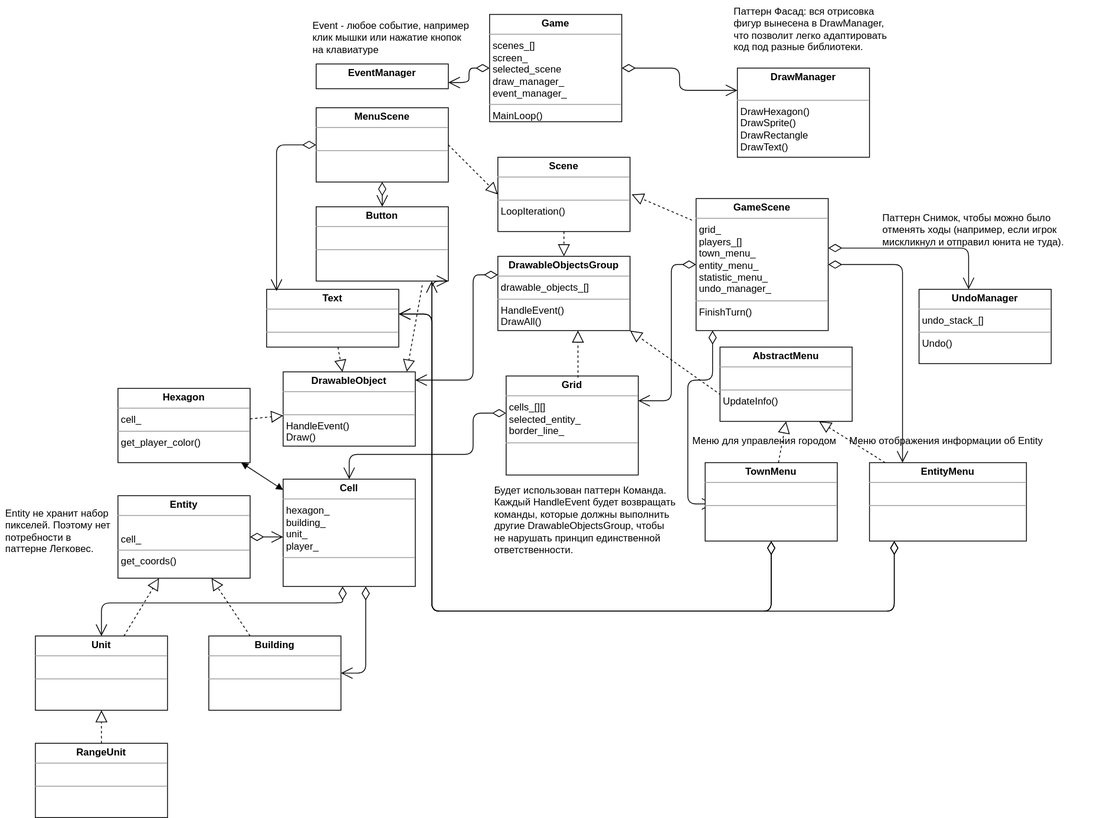
Above: architecture.svg in falseness/diplomacy_cpp (draw.io), before the change. Source tidied: cells renumbered, new cells last; positions are measured from the earlier drawing's top-left corner, leaving out a move shared by most shapes.
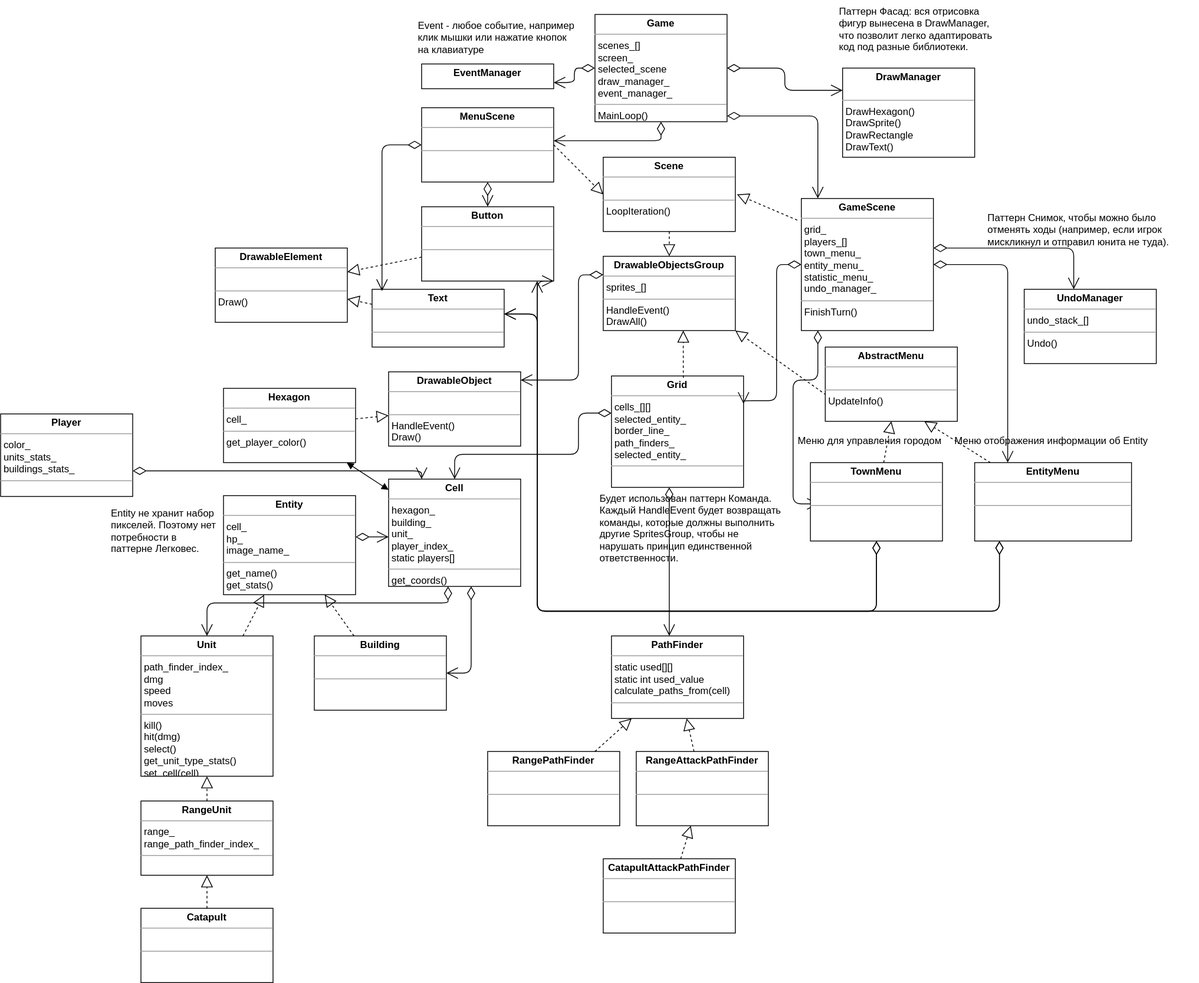
Above is the later version.

Diff of the diagram source:
```diff
@@ -44,6 +44,6 @@
     </mxCell>
-    <mxCell id="14" value="&lt;p style=&quot;margin: 0px ; margin-top: 4px ; text-align: center&quot;&gt;&lt;b&gt;Grid&lt;/b&gt;&lt;/p&gt;&lt;hr size=&quot;1&quot;&gt;&lt;p style=&quot;margin: 0px ; margin-left: 4px&quot;&gt;cells_[][]&lt;/p&gt;&lt;p style=&quot;margin: 0px ; margin-left: 4px&quot;&gt;selected_entity_&lt;/p&gt;&lt;p style=&quot;margin: 0px ; margin-left: 4px&quot;&gt;border_line_&lt;/p&gt;&lt;hr size=&quot;1&quot;&gt;&lt;p style=&quot;margin: 0px ; margin-left: 4px&quot;&gt;&lt;br&gt;&lt;/p&gt;" style="verticalAlign=top;align=left;overflow=fill;fontSize=12;fontFamily=Helvetica;html=1;" parent="1" vertex="1">
-      <mxGeometry x="612" y="455" width="160" height="120" as="geometry" />
+    <mxCell id="14" value="&lt;p style=&quot;margin: 0px ; margin-top: 4px ; text-align: center&quot;&gt;&lt;b&gt;Grid&lt;/b&gt;&lt;/p&gt;&lt;hr size=&quot;1&quot;&gt;&lt;p style=&quot;margin: 0px ; margin-left: 4px&quot;&gt;cells_[][]&lt;/p&gt;&lt;p style=&quot;margin: 0px ; margin-left: 4px&quot;&gt;selected_entity_&lt;/p&gt;&lt;p style=&quot;margin: 0px ; margin-left: 4px&quot;&gt;border_line_&lt;/p&gt;&lt;p style=&quot;margin: 0px ; margin-left: 4px&quot;&gt;path_finders_&lt;/p&gt;&lt;p style=&quot;margin: 0px ; margin-left: 4px&quot;&gt;selected_entity_&lt;/p&gt;&lt;hr size=&quot;1&quot;&gt;&lt;p style=&quot;margin: 0px ; margin-left: 4px&quot;&gt;&lt;br&gt;&lt;/p&gt;" style="verticalAlign=top;align=left;overflow=fill;fontSize=12;fontFamily=Helvetica;html=1;" parent="1" vertex="1">
+      <mxGeometry x="612" y="455" width="160" height="135" as="geometry" />
     </mxCell>
-    <mxCell id="15" value="&lt;p style=&quot;margin: 0px ; margin-top: 4px ; text-align: center&quot;&gt;&lt;b&gt;SpritesGroup&lt;/b&gt;&lt;/p&gt;&lt;hr size=&quot;1&quot;&gt;&lt;p style=&quot;margin: 0px ; margin-left: 4px&quot;&gt;sprites_[]&lt;/p&gt;&lt;hr size=&quot;1&quot;&gt;&lt;p style=&quot;margin: 0px ; margin-left: 4px&quot;&gt;&lt;span&gt;HandleEvent()&lt;/span&gt;&lt;br&gt;&lt;/p&gt;&lt;p style=&quot;margin: 0px ; margin-left: 4px&quot;&gt;&lt;span&gt;DrawAll()&lt;/span&gt;&lt;/p&gt;" style="verticalAlign=top;align=left;overflow=fill;fontSize=12;fontFamily=Helvetica;html=1;" parent="1" vertex="1">
+    <mxCell id="15" value="&lt;p style=&quot;margin: 0px ; margin-top: 4px ; text-align: center&quot;&gt;&lt;b&gt;DrawableObjectsGroup&lt;/b&gt;&lt;/p&gt;&lt;hr size=&quot;1&quot;&gt;&lt;p style=&quot;margin: 0px ; margin-left: 4px&quot;&gt;sprites_[]&lt;/p&gt;&lt;hr size=&quot;1&quot;&gt;&lt;p style=&quot;margin: 0px ; margin-left: 4px&quot;&gt;&lt;span&gt;HandleEvent()&lt;/span&gt;&lt;br&gt;&lt;/p&gt;&lt;p style=&quot;margin: 0px ; margin-left: 4px&quot;&gt;&lt;span&gt;DrawAll()&lt;/span&gt;&lt;/p&gt;" style="verticalAlign=top;align=left;overflow=fill;fontSize=12;fontFamily=Helvetica;html=1;" parent="1" vertex="1">
       <mxGeometry x="602" y="310" width="160" height="90" as="geometry" />
@@ -56,3 +56,3 @@
     </mxCell>
-    <mxCell id="18" value="&lt;p style=&quot;margin: 0px ; margin-top: 4px ; text-align: center&quot;&gt;&lt;b&gt;Sprite&lt;/b&gt;&lt;/p&gt;&lt;hr size=&quot;1&quot;&gt;&lt;p style=&quot;margin: 0px ; margin-left: 4px&quot;&gt;&lt;br&gt;&lt;/p&gt;&lt;hr size=&quot;1&quot;&gt;&lt;p style=&quot;margin: 0px ; margin-left: 4px&quot;&gt;HandleEvent()&lt;/p&gt;&lt;p style=&quot;margin: 0px ; margin-left: 4px&quot;&gt;Draw()&lt;/p&gt;" style="verticalAlign=top;align=left;overflow=fill;fontSize=12;fontFamily=Helvetica;html=1;" parent="1" vertex="1">
+    <mxCell id="18" value="&lt;p style=&quot;margin: 0px ; margin-top: 4px ; text-align: center&quot;&gt;&lt;b&gt;DrawableObject&lt;/b&gt;&lt;/p&gt;&lt;hr size=&quot;1&quot;&gt;&lt;p style=&quot;margin: 0px ; margin-left: 4px&quot;&gt;&lt;br&gt;&lt;/p&gt;&lt;hr size=&quot;1&quot;&gt;&lt;p style=&quot;margin: 0px ; margin-left: 4px&quot;&gt;HandleEvent()&lt;/p&gt;&lt;p style=&quot;margin: 0px ; margin-left: 4px&quot;&gt;Draw()&lt;/p&gt;" style="verticalAlign=top;align=left;overflow=fill;fontSize=12;fontFamily=Helvetica;html=1;" parent="1" vertex="1">
       <mxGeometry x="342" y="450" width="160" height="90" as="geometry" />
@@ -125,3 +125,3 @@
     <mxCell id="32" value="Будет использован паттерн Команда. Каждый HandleEvent будет возвращать команды, которые должны выполнить другие SpritesGroup, чтобы не нарушать принцип единственной ответственности." style="text;strokeColor=none;fillColor=none;align=left;verticalAlign=top;spacingLeft=4;spacingRight=4;overflow=hidden;whiteSpace=wrap;" parent="1" vertex="1">
-      <mxGeometry x="592" y="580" width="232" height="100" as="geometry" />
+      <mxGeometry x="592" y="590" width="232" height="100" as="geometry" />
     </mxCell>
@@ -196,7 +196,7 @@
     </mxCell>
-    <mxCell id="44" value="&lt;p style=&quot;margin: 0px ; margin-top: 4px ; text-align: center&quot;&gt;&lt;b&gt;Cell&lt;/b&gt;&lt;/p&gt;&lt;hr size=&quot;1&quot;&gt;&lt;p style=&quot;margin: 0px ; margin-left: 4px&quot;&gt;hexagon_&lt;/p&gt;&lt;p style=&quot;margin: 0px ; margin-left: 4px&quot;&gt;building_&lt;/p&gt;&lt;p style=&quot;margin: 0px ; margin-left: 4px&quot;&gt;unit_&lt;/p&gt;&lt;p style=&quot;margin: 0px ; margin-left: 4px&quot;&gt;player_&lt;/p&gt;&lt;hr size=&quot;1&quot;&gt;&lt;p style=&quot;margin: 0px ; margin-left: 4px&quot;&gt;&lt;br&gt;&lt;/p&gt;" style="verticalAlign=top;align=left;overflow=fill;fontSize=12;fontFamily=Helvetica;html=1;" parent="1" vertex="1">
+    <mxCell id="44" value="&lt;p style=&quot;margin: 0px ; margin-top: 4px ; text-align: center&quot;&gt;&lt;b&gt;Cell&lt;/b&gt;&lt;/p&gt;&lt;hr size=&quot;1&quot;&gt;&lt;p style=&quot;margin: 0px ; margin-left: 4px&quot;&gt;hexagon_&lt;/p&gt;&lt;p style=&quot;margin: 0px ; margin-left: 4px&quot;&gt;building_&lt;/p&gt;&lt;p style=&quot;margin: 0px ; margin-left: 4px&quot;&gt;unit_&lt;/p&gt;&lt;p style=&quot;margin: 0px ; margin-left: 4px&quot;&gt;player_index_&lt;/p&gt;&lt;p style=&quot;margin: 0px ; margin-left: 4px&quot;&gt;static players[]&lt;/p&gt;&lt;hr size=&quot;1&quot;&gt;&lt;p style=&quot;margin: 0px ; margin-left: 4px&quot;&gt;get_coords()&lt;br&gt;&lt;/p&gt;" style="verticalAlign=top;align=left;overflow=fill;fontSize=12;fontFamily=Helvetica;html=1;" parent="1" vertex="1">
       <mxGeometry x="342" y="580" width="160" height="130" as="geometry" />
     </mxCell>
-    <mxCell id="45" value="&lt;p style=&quot;margin: 0px ; margin-top: 4px ; text-align: center&quot;&gt;&lt;b&gt;Entity&lt;/b&gt;&lt;/p&gt;&lt;hr size=&quot;1&quot;&gt;&lt;p style=&quot;margin: 0px ; margin-left: 4px&quot;&gt;&lt;br&gt;&lt;/p&gt;&lt;p style=&quot;margin: 0px ; margin-left: 4px&quot;&gt;cell_&lt;/p&gt;&lt;hr size=&quot;1&quot;&gt;&lt;p style=&quot;margin: 0px ; margin-left: 4px&quot;&gt;get_coords()&lt;/p&gt;" style="verticalAlign=top;align=left;overflow=fill;fontSize=12;fontFamily=Helvetica;html=1;" parent="1" vertex="1">
-      <mxGeometry x="142" y="600" width="160" height="100" as="geometry" />
+    <mxCell id="45" value="&lt;p style=&quot;margin: 0px ; margin-top: 4px ; text-align: center&quot;&gt;&lt;b&gt;Entity&lt;/b&gt;&lt;/p&gt;&lt;hr size=&quot;1&quot;&gt;&lt;p style=&quot;margin: 0px ; margin-left: 4px&quot;&gt;&lt;span&gt;cell_&lt;/span&gt;&lt;br&gt;&lt;/p&gt;&lt;p style=&quot;margin: 0px ; margin-left: 4px&quot;&gt;hp_&lt;/p&gt;&lt;p style=&quot;margin: 0px ; margin-left: 4px&quot;&gt;image_name_&lt;/p&gt;&lt;hr size=&quot;1&quot;&gt;&lt;p style=&quot;margin: 0px ; margin-left: 4px&quot;&gt;get_name()&lt;/p&gt;&lt;p style=&quot;margin: 0px ; margin-left: 4px&quot;&gt;get_stats()&lt;/p&gt;" style="verticalAlign=top;align=left;overflow=fill;fontSize=12;fontFamily=Helvetica;html=1;" parent="1" vertex="1">
+      <mxGeometry x="142" y="600" width="160" height="120" as="geometry" />
     </mxCell>
@@ -213,8 +213,2 @@
     </mxCell>
-    <mxCell id="48" style="endArrow=block;dashed=1;endFill=0;endSize=12;html=1;" parent="1" edge="1" source="35" target="18">
-      <mxGeometry relative="1" as="geometry" />
-    </mxCell>
-    <mxCell id="49" style="endArrow=block;dashed=1;endFill=0;endSize=12;html=1;exitX=0.803;exitY=1.056;exitDx=0;exitDy=0;exitPerimeter=0;entryX=0.936;entryY=-0.003;entryDx=0;entryDy=0;entryPerimeter=0;" parent="1" edge="1" source="33" target="18">
-      <mxGeometry relative="1" as="geometry" />
-    </mxCell>
     <mxCell id="50" style="endArrow=block;dashed=1;endFill=0;endSize=12;html=1;" parent="1" edge="1" source="47" target="18">
@@ -225,4 +219,4 @@
     </mxCell>
-    <mxCell id="52" value="&lt;p style=&quot;margin: 0px ; margin-top: 4px ; text-align: center&quot;&gt;&lt;b&gt;Unit&lt;/b&gt;&lt;/p&gt;&lt;hr size=&quot;1&quot;&gt;&lt;p style=&quot;margin: 0px ; margin-left: 4px&quot;&gt;&lt;br&gt;&lt;/p&gt;&lt;hr size=&quot;1&quot;&gt;&lt;p style=&quot;margin: 0px ; margin-left: 4px&quot;&gt;&lt;br&gt;&lt;/p&gt;" style="verticalAlign=top;align=left;overflow=fill;fontSize=12;fontFamily=Helvetica;html=1;" parent="1" vertex="1">
-      <mxGeometry x="42" y="770" width="160" height="90" as="geometry" />
+    <mxCell id="52" value="&lt;p style=&quot;margin: 0px ; margin-top: 4px ; text-align: center&quot;&gt;&lt;b&gt;Unit&lt;/b&gt;&lt;/p&gt;&lt;hr size=&quot;1&quot;&gt;&lt;p style=&quot;margin: 0px ; margin-left: 4px&quot;&gt;path_finder_index_&lt;/p&gt;&lt;p style=&quot;margin: 0px ; margin-left: 4px&quot;&gt;dmg&lt;/p&gt;&lt;p style=&quot;margin: 0px ; margin-left: 4px&quot;&gt;speed&lt;/p&gt;&lt;p style=&quot;margin: 0px ; margin-left: 4px&quot;&gt;moves&lt;/p&gt;&lt;hr size=&quot;1&quot;&gt;&lt;p style=&quot;margin: 0px ; margin-left: 4px&quot;&gt;kill()&lt;/p&gt;&lt;p style=&quot;margin: 0px ; margin-left: 4px&quot;&gt;hit(dmg)&lt;/p&gt;&lt;p style=&quot;margin: 0px ; margin-left: 4px&quot;&gt;select()&lt;/p&gt;&lt;p style=&quot;margin: 0px ; margin-left: 4px&quot;&gt;get_unit_type_stats()&lt;/p&gt;&lt;p style=&quot;margin: 0px ; margin-left: 4px&quot;&gt;set_cell(cell)&lt;/p&gt;" style="verticalAlign=top;align=left;overflow=fill;fontSize=12;fontFamily=Helvetica;html=1;" parent="1" vertex="1">
+      <mxGeometry x="42" y="770" width="160" height="170" as="geometry" />
     </mxCell>
@@ -252,4 +246,4 @@
     </mxCell>
-    <mxCell id="58" value="&lt;p style=&quot;margin: 0px ; margin-top: 4px ; text-align: center&quot;&gt;&lt;b&gt;RangeUnit&lt;/b&gt;&lt;/p&gt;&lt;hr size=&quot;1&quot;&gt;&lt;p style=&quot;margin: 0px ; margin-left: 4px&quot;&gt;&lt;br&gt;&lt;/p&gt;&lt;hr size=&quot;1&quot;&gt;&lt;p style=&quot;margin: 0px ; margin-left: 4px&quot;&gt;&lt;br&gt;&lt;/p&gt;" style="verticalAlign=top;align=left;overflow=fill;fontSize=12;fontFamily=Helvetica;html=1;" parent="1" vertex="1">
-      <mxGeometry x="42" y="900" width="160" height="90" as="geometry" />
+    <mxCell id="58" value="&lt;p style=&quot;margin: 0px ; margin-top: 4px ; text-align: center&quot;&gt;&lt;b&gt;RangeUnit&lt;/b&gt;&lt;/p&gt;&lt;hr size=&quot;1&quot;&gt;&lt;p style=&quot;margin: 0px ; margin-left: 4px&quot;&gt;range_&lt;/p&gt;&lt;p style=&quot;margin: 0px ; margin-left: 4px&quot;&gt;range_path_finder_index_&lt;/p&gt;&lt;hr size=&quot;1&quot;&gt;&lt;p style=&quot;margin: 0px ; margin-left: 4px&quot;&gt;&lt;br&gt;&lt;/p&gt;" style="verticalAlign=top;align=left;overflow=fill;fontSize=12;fontFamily=Helvetica;html=1;" parent="1" vertex="1">
+      <mxGeometry x="42" y="970" width="160" height="90" as="geometry" />
     </mxCell>
@@ -261,2 +255,70 @@
     </mxCell>
+    <mxCell id="61" style="endArrow=open;html=1;endSize=12;startArrow=diamondThin;startSize=14;startFill=0;edgeStyle=orthogonalEdgeStyle;align=left;verticalAlign=bottom;" parent="1" edge="1" source="2" target="8">
+      <mxGeometry x="-1" y="3" relative="1" as="geometry">
+        <Array as="points">
+          <mxPoint x="672" y="170" />
+        </Array>
+      </mxGeometry>
+    </mxCell>
+    <mxCell id="62" style="endArrow=open;html=1;endSize=12;startArrow=diamondThin;startSize=14;startFill=0;edgeStyle=orthogonalEdgeStyle;align=left;verticalAlign=bottom;exitX=1;exitY=0.946;exitDx=0;exitDy=0;exitPerimeter=0;" parent="1" edge="1" source="2" target="10">
+      <mxGeometry x="-1" y="3" relative="1" as="geometry">
+        <Array as="points">
+          <mxPoint x="862" y="140" />
+        </Array>
+      </mxGeometry>
+    </mxCell>
+    <mxCell id="63" value="&lt;p style=&quot;margin: 0px ; margin-top: 4px ; text-align: center&quot;&gt;&lt;b&gt;DrawableElement&lt;/b&gt;&lt;/p&gt;&lt;hr size=&quot;1&quot;&gt;&lt;p style=&quot;margin: 0px ; margin-left: 4px&quot;&gt;&lt;br&gt;&lt;/p&gt;&lt;hr size=&quot;1&quot;&gt;&lt;p style=&quot;margin: 0px ; margin-left: 4px&quot;&gt;Draw()&lt;/p&gt;" style="verticalAlign=top;align=left;overflow=fill;fontSize=12;fontFamily=Helvetica;html=1;" parent="1" vertex="1">
+      <mxGeometry x="132" y="300" width="160" height="90" as="geometry" />
+    </mxCell>
+    <mxCell id="64" style="endArrow=block;dashed=1;endFill=0;endSize=12;html=1;" parent="1" edge="1" source="35" target="63">
+      <mxGeometry relative="1" as="geometry" />
+    </mxCell>
+    <mxCell id="65" style="endArrow=block;dashed=1;endFill=0;endSize=12;html=1;" parent="1" edge="1" source="33" target="63">
+      <mxGeometry relative="1" as="geometry" />
+    </mxCell>
+    <mxCell id="66" style="endArrow=open;html=1;endSize=12;startArrow=diamondThin;startSize=14;startFill=0;edgeStyle=orthogonalEdgeStyle;align=left;verticalAlign=bottom;" parent="1" edge="1" source="14" target="67">
+      <mxGeometry x="-1" y="3" relative="1" as="geometry">
+        <Array as="points">
+          <mxPoint x="682" y="730" />
+          <mxPoint x="682" y="730" />
+        </Array>
+      </mxGeometry>
+    </mxCell>
+    <mxCell id="67" value="&lt;p style=&quot;margin: 0px ; margin-top: 4px ; text-align: center&quot;&gt;&lt;b&gt;PathFinder&lt;/b&gt;&lt;/p&gt;&lt;hr size=&quot;1&quot;&gt;&lt;p style=&quot;margin: 0px ; margin-left: 4px&quot;&gt;static used[][]&lt;/p&gt;&lt;p style=&quot;margin: 0px ; margin-left: 4px&quot;&gt;static int used_value&lt;/p&gt;&lt;p style=&quot;margin: 0px ; margin-left: 4px&quot;&gt;calculate_paths_from(cell)&lt;/p&gt;&lt;hr size=&quot;1&quot;&gt;&lt;p style=&quot;margin: 0px ; margin-left: 4px&quot;&gt;&lt;br&gt;&lt;/p&gt;" style="verticalAlign=top;align=left;overflow=fill;fontSize=12;fontFamily=Helvetica;html=1;" parent="1" vertex="1">
+      <mxGeometry x="612" y="770" width="160" height="100" as="geometry" />
+    </mxCell>
+    <mxCell id="68" value="&lt;p style=&quot;margin: 0px ; margin-top: 4px ; text-align: center&quot;&gt;&lt;b&gt;Player&lt;/b&gt;&lt;/p&gt;&lt;hr size=&quot;1&quot;&gt;&lt;p style=&quot;margin: 0px ; margin-left: 4px&quot;&gt;color_&lt;/p&gt;&lt;p style=&quot;margin: 0px ; margin-left: 4px&quot;&gt;units_stats_&lt;/p&gt;&lt;p style=&quot;margin: 0px ; margin-left: 4px&quot;&gt;buildings_stats_&lt;/p&gt;&lt;hr size=&quot;1&quot;&gt;&lt;p style=&quot;margin: 0px ; margin-left: 4px&quot;&gt;&lt;br&gt;&lt;/p&gt;" style="verticalAlign=top;align=left;overflow=fill;fontSize=12;fontFamily=Helvetica;html=1;" parent="1" vertex="1">
+      <mxGeometry x="-128" y="501" width="160" height="100" as="geometry" />
+    </mxCell>
+    <mxCell id="69" style="endArrow=open;html=1;endSize=12;startArrow=diamondThin;startSize=14;startFill=0;edgeStyle=orthogonalEdgeStyle;align=left;verticalAlign=bottom;entryX=0.25;entryY=0;entryDx=0;entryDy=0;" parent="1" edge="1" source="68" target="44">
+      <mxGeometry x="-1" y="3" relative="1" as="geometry">
+        <Array as="points">
+          <mxPoint x="382" y="570" />
+        </Array>
+      </mxGeometry>
+    </mxCell>
+    <mxCell id="70" value="&lt;p style=&quot;margin: 0px ; margin-top: 4px ; text-align: center&quot;&gt;&lt;b&gt;Catapult&lt;/b&gt;&lt;/p&gt;&lt;hr size=&quot;1&quot;&gt;&lt;p style=&quot;margin: 0px ; margin-left: 4px&quot;&gt;&lt;br&gt;&lt;/p&gt;&lt;hr size=&quot;1&quot;&gt;&lt;p style=&quot;margin: 0px ; margin-left: 4px&quot;&gt;&lt;br&gt;&lt;/p&gt;" style="verticalAlign=top;align=left;overflow=fill;fontSize=12;fontFamily=Helvetica;html=1;" parent="1" vertex="1">
+      <mxGeometry x="42" y="1100" width="160" height="90" as="geometry" />
+    </mxCell>
+    <mxCell id="71" style="endArrow=block;dashed=1;endFill=0;endSize=12;html=1;" parent="1" edge="1" source="70" target="58">
+      <mxGeometry relative="1" as="geometry" />
+    </mxCell>
+    <mxCell id="72" value="&lt;p style=&quot;margin: 0px ; margin-top: 4px ; text-align: center&quot;&gt;&lt;b&gt;RangePathFinder&lt;/b&gt;&lt;/p&gt;&lt;hr size=&quot;1&quot;&gt;&lt;p style=&quot;margin: 0px ; margin-left: 4px&quot;&gt;&lt;br&gt;&lt;/p&gt;&lt;hr size=&quot;1&quot;&gt;&lt;p style=&quot;margin: 0px ; margin-left: 4px&quot;&gt;&lt;br&gt;&lt;/p&gt;" style="verticalAlign=top;align=left;overflow=fill;fontSize=12;fontFamily=Helvetica;html=1;" parent="1" vertex="1">
+      <mxGeometry x="462" y="910" width="160" height="90" as="geometry" />
+    </mxCell>
+    <mxCell id="73" style="endArrow=block;dashed=1;endFill=0;endSize=12;html=1;" parent="1" edge="1" source="72" target="67">
+      <mxGeometry relative="1" as="geometry" />
+    </mxCell>
+    <mxCell id="74" value="&lt;p style=&quot;margin: 0px ; margin-top: 4px ; text-align: center&quot;&gt;&lt;b&gt;RangeAttackPathFinder&lt;/b&gt;&lt;/p&gt;&lt;hr size=&quot;1&quot;&gt;&lt;p style=&quot;margin: 0px ; margin-left: 4px&quot;&gt;&lt;br&gt;&lt;/p&gt;&lt;hr size=&quot;1&quot;&gt;&lt;p style=&quot;margin: 0px ; margin-left: 4px&quot;&gt;&lt;br&gt;&lt;/p&gt;" style="verticalAlign=top;align=left;overflow=fill;fontSize=12;fontFamily=Helvetica;html=1;" parent="1" vertex="1">
+      <mxGeometry x="642" y="910" width="160" height="90" as="geometry" />
+    </mxCell>
+    <mxCell id="75" style="endArrow=block;dashed=1;endFill=0;endSize=12;html=1;" parent="1" edge="1" source="74" target="67">
+      <mxGeometry relative="1" as="geometry" />
+    </mxCell>
+    <mxCell id="76" value="&lt;p style=&quot;margin: 0px ; margin-top: 4px ; text-align: center&quot;&gt;&lt;b&gt;CatapultAttackPathFinder&lt;/b&gt;&lt;/p&gt;&lt;hr size=&quot;1&quot;&gt;&lt;p style=&quot;margin: 0px ; margin-left: 4px&quot;&gt;&lt;br&gt;&lt;/p&gt;&lt;hr size=&quot;1&quot;&gt;&lt;p style=&quot;margin: 0px ; margin-left: 4px&quot;&gt;&lt;br&gt;&lt;/p&gt;" style="verticalAlign=top;align=left;overflow=fill;fontSize=12;fontFamily=Helvetica;html=1;" parent="1" vertex="1">
+      <mxGeometry x="602" y="1040" width="160" height="90" as="geometry" />
+    </mxCell>
+    <mxCell id="77" style="endArrow=block;dashed=1;endFill=0;endSize=12;html=1;" parent="1" edge="1" source="76" target="74">
+      <mxGeometry relative="1" as="geometry" />
+    </mxCell>
   </root>
```
